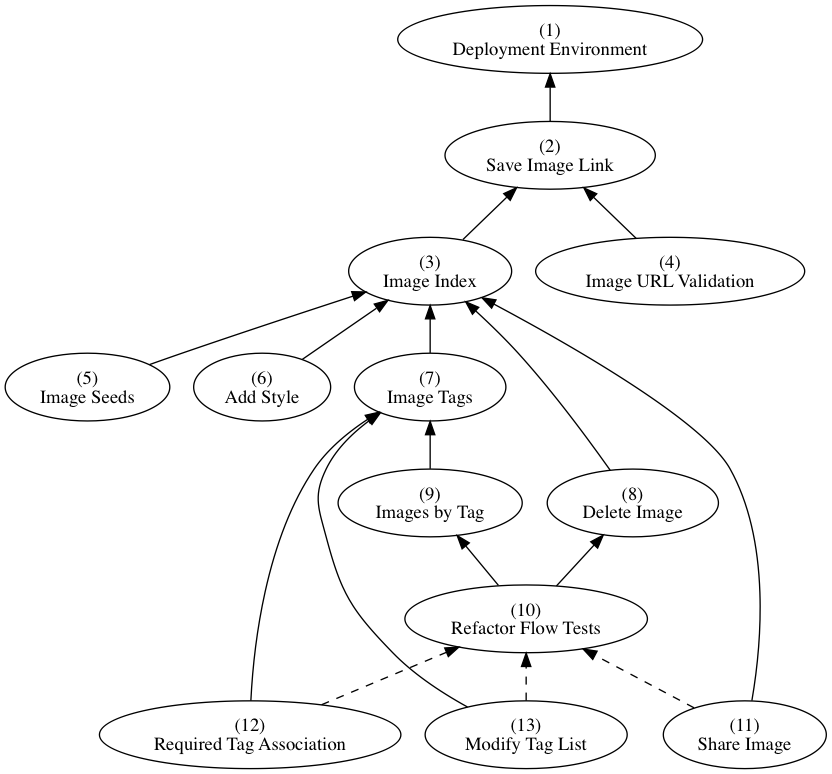
Earlier version of the Graphviz export dependencies.png (AppFolioOnboarding/tasks). Its source is kept beside it as dependencies.dot. Source of this version:
```dot
digraph Dependencies {
  rankdir=BT;

  "Deployment Environment" [label="(1)\nDeployment Environment"]
  "Save Image Link" [label="(2)\nSave Image Link"]
  "Image Index" [label="(3)\nImage Index"]
  "Image URL Validation" [label="(4)\nImage URL Validation"]
  "Image Seeds" [label="(5)\nImage Seeds"]
  "Add Style" [label="(6)\nAdd Style"]
  "Image Tags" [label="(7)\nImage Tags"]
  "Delete Image" [label="(8)\nDelete Image"]
  "Images by Tag" [label="(9)\nImages by Tag"]
  "Refactor Flow Tests" [label="(10)\nRefactor Flow Tests"]
  "Share Image" [label="(11)\nShare Image"]
  "Required Tag Association" [label="(12)\nRequired Tag Association"]
  "Modify Tag List" [label="(13)\nModify Tag List"]

  "Add Style" -> "Image Index"
  "Delete Image" -> "Image Index"
  "Image Index" -> "Save Image Link"
  "Image Seeds" -> "Image Index"
  "Image Tags" -> "Image Index"
  "Image URL Validation" -> "Save Image Link"
  "Images by Tag" -> "Image Tags"
  "Modify Tag List" -> "Image Tags"
  "Modify Tag List" -> "Refactor Flow Tests" [style=dashed]
  "Refactor Flow Tests" -> "Delete Image"
  "Refactor Flow Tests" -> "Images by Tag"
  "Required Tag Association" -> "Image Tags"
  "Required Tag Association" -> "Refactor Flow Tests" [style=dashed]
  "Save Image Link" -> "Deployment Environment"
  "Share Image" -> "Image Index"
  "Share Image" -> "Refactor Flow Tests" [style=dashed]
}
```
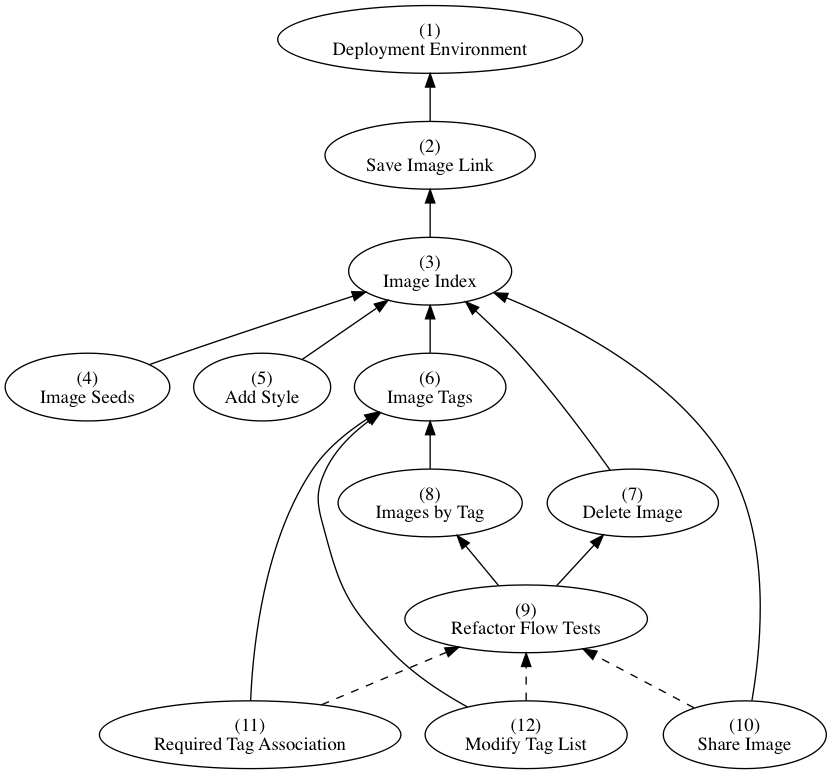
After the change.

Diff of the diagram source:
```diff
@@ -4,23 +4,21 @@
   "Deployment Environment" [label="(1)\nDeployment Environment"]
   "Save Image Link" [label="(2)\nSave Image Link"]
   "Image Index" [label="(3)\nImage Index"]
-  "Image URL Validation" [label="(4)\nImage URL Validation"]
-  "Image Seeds" [label="(5)\nImage Seeds"]
-  "Add Style" [label="(6)\nAdd Style"]
-  "Image Tags" [label="(7)\nImage Tags"]
-  "Delete Image" [label="(8)\nDelete Image"]
-  "Images by Tag" [label="(9)\nImages by Tag"]
-  "Refactor Flow Tests" [label="(10)\nRefactor Flow Tests"]
-  "Share Image" [label="(11)\nShare Image"]
-  "Required Tag Association" [label="(12)\nRequired Tag Association"]
-  "Modify Tag List" [label="(13)\nModify Tag List"]
+  "Image Seeds" [label="(4)\nImage Seeds"]
+  "Add Style" [label="(5)\nAdd Style"]
+  "Image Tags" [label="(6)\nImage Tags"]
+  "Delete Image" [label="(7)\nDelete Image"]
+  "Images by Tag" [label="(8)\nImages by Tag"]
+  "Refactor Flow Tests" [label="(9)\nRefactor Flow Tests"]
+  "Share Image" [label="(10)\nShare Image"]
+  "Required Tag Association" [label="(11)\nRequired Tag Association"]
+  "Modify Tag List" [label="(12)\nModify Tag List"]
 
   "Add Style" -> "Image Index"
   "Delete Image" -> "Image Index"
   "Image Index" -> "Save Image Link"
   "Image Seeds" -> "Image Index"
   "Image Tags" -> "Image Index"
-  "Image URL Validation" -> "Save Image Link"
   "Images by Tag" -> "Image Tags"
   "Modify Tag List" -> "Image Tags"
   "Modify Tag List" -> "Refactor Flow Tests" [style=dashed]
```
